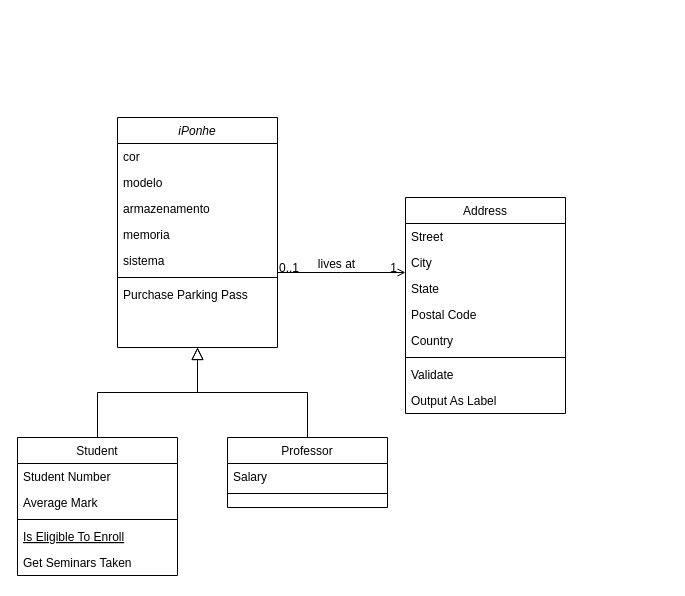
Earlier version of the draw.io diagram Diagrama sem nome.drawio (thiaguinhobyra/desafio-classe-iphone). Source tidied: cells renumbered, new cells numbered last; positions are measured from the earlier drawing's top-left corner, leaving out a move shared by most shapes. Both pictures are drawn from the tidied source at 100%, with x=0, y=0 at pixel (17, 117).
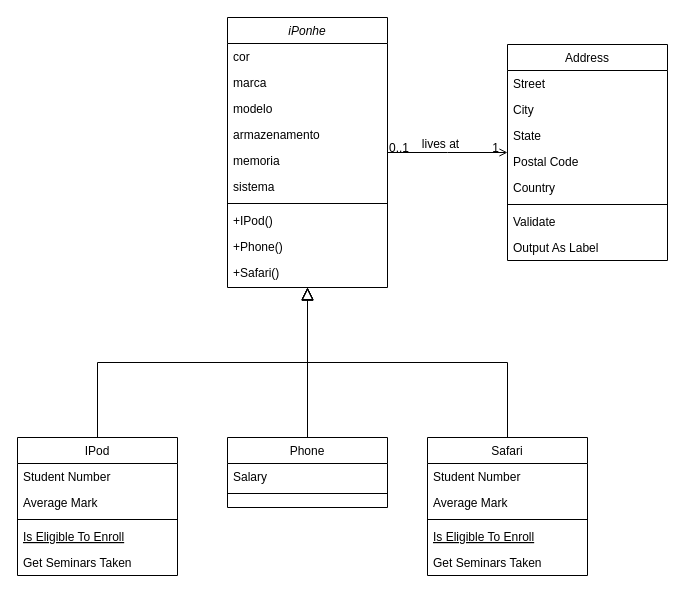
The same diagram, later.

The edit, as a diff of the source:
```diff
@@
     <mxCell id="2" value="iPonhe" style="swimlane;fontStyle=2;align=center;verticalAlign=top;horizontal=1;startSize=26;rounded=0;shadow=0;strokeWidth=1;" parent="1" vertex="1">
-      <mxGeometry x="100" width="160" height="230" as="geometry" />
+      <mxGeometry x="210" y="-100" width="160" height="270" as="geometry" />
     </mxCell>
@@
-    <mxCell id="4" value="modelo" style="text;align=left;verticalAlign=top;spacingLeft=4;spacingRight=4;overflow=hidden;rounded=0;shadow=0;html=0;" parent="2" vertex="1">
+    <mxCell id="4" value="marca" style="text;align=left;verticalAlign=top;spacingLeft=4;spacingRight=4;overflow=hidden;rounded=0;shadow=0;html=0;" parent="2" vertex="1">
       <mxGeometry y="52" width="160" height="26" as="geometry" />
     </mxCell>
+    <mxCell id="34" value="modelo" style="text;align=left;verticalAlign=top;spacingLeft=4;spacingRight=4;overflow=hidden;rounded=0;shadow=0;html=0;" parent="2" vertex="1">
+      <mxGeometry y="78" width="160" height="26" as="geometry" />
+    </mxCell>
     <mxCell id="5" value="armazenamento" style="text;align=left;verticalAlign=top;spacingLeft=4;spacingRight=4;overflow=hidden;rounded=0;shadow=0;html=0;" parent="2" vertex="1">
-      <mxGeometry y="78" width="160" height="26" as="geometry" />
+      <mxGeometry y="104" width="160" height="26" as="geometry" />
     </mxCell>
     <mxCell id="6" value="memoria" style="text;align=left;verticalAlign=top;spacingLeft=4;spacingRight=4;overflow=hidden;rounded=0;shadow=0;html=0;" parent="2" vertex="1">
-      <mxGeometry y="104" width="160" height="26" as="geometry" />
+      <mxGeometry y="130" width="160" height="26" as="geometry" />
     </mxCell>
     <mxCell id="7" value="sistema" style="text;align=left;verticalAlign=top;spacingLeft=4;spacingRight=4;overflow=hidden;rounded=0;shadow=0;html=0;" parent="2" vertex="1">
-      <mxGeometry y="130" width="160" height="26" as="geometry" />
+      <mxGeometry y="156" width="160" height="26" as="geometry" />
     </mxCell>
     <mxCell id="8" style="line;html=1;strokeWidth=1;align=left;verticalAlign=middle;spacingTop=-1;spacingLeft=3;spacingRight=3;labelPosition=right;" parent="2" vertex="1">
-      <mxGeometry y="156" width="160" height="8" as="geometry" />
+      <mxGeometry y="182" width="160" height="8" as="geometry" />
     </mxCell>
-    <mxCell id="9" value="Purchase Parking Pass" style="text;align=left;verticalAlign=top;spacingLeft=4;spacingRight=4;overflow=hidden;" parent="2" vertex="1">
-      <mxGeometry y="164" width="160" height="26" as="geometry" />
+    <mxCell id="9" value="+IPod()" style="text;align=left;verticalAlign=top;spacingLeft=4;spacingRight=4;overflow=hidden;" parent="2" vertex="1">
+      <mxGeometry y="190" width="160" height="26" as="geometry" />
     </mxCell>
+    <mxCell id="35" value="+Phone()" style="text;align=left;verticalAlign=top;spacingLeft=4;spacingRight=4;overflow=hidden;" parent="2" vertex="1">
+      <mxGeometry y="216" width="160" height="26" as="geometry" />
+    </mxCell>
+    <mxCell id="36" value="+Safari()" style="text;align=left;verticalAlign=top;spacingLeft=4;spacingRight=4;overflow=hidden;points=[[0,0.5],[1,0.5]];portConstraint=eastwest;" parent="2" vertex="1">
+      <mxGeometry y="242" width="160" height="26" as="geometry" />
+    </mxCell>
-    <mxCell id="10" value="Student" style="swimlane;fontStyle=0;align=center;verticalAlign=top;horizontal=1;startSize=26;rounded=0;shadow=0;strokeWidth=1;" parent="1" vertex="1">
+    <mxCell id="10" value="IPod" style="swimlane;fontStyle=0;align=center;verticalAlign=top;horizontal=1;startSize=26;rounded=0;shadow=0;strokeWidth=1;" parent="1" vertex="1">
       <mxGeometry y="320" width="160" height="138" as="geometry" />
     </mxCell>
@@
-    <mxCell id="17" value="Professor" style="swimlane;fontStyle=0;align=center;verticalAlign=top;horizontal=1;startSize=26;rounded=0;shadow=0;strokeWidth=1;" parent="1" vertex="1">
+    <mxCell id="17" value="Phone" style="swimlane;fontStyle=0;align=center;verticalAlign=top;horizontal=1;startSize=26;rounded=0;shadow=0;strokeWidth=1;" parent="1" vertex="1">
       <mxGeometry x="210" y="320" width="160" height="70" as="geometry" />
     </mxCell>
@@
     <mxCell id="21" value="Address" style="swimlane;fontStyle=0;align=center;verticalAlign=top;horizontal=1;startSize=26;rounded=0;shadow=0;strokeWidth=1;" parent="1" vertex="1">
-      <mxGeometry x="388" y="80" width="160" height="216" as="geometry" />
+      <mxGeometry x="490" y="-73" width="160" height="216" as="geometry" />
     </mxCell>
@@
+    <mxCell id="37" value="Safari" style="swimlane;fontStyle=0;align=center;verticalAlign=top;horizontal=1;startSize=26;rounded=0;shadow=0;strokeWidth=1;" parent="1" vertex="1">
+      <mxGeometry x="410" y="320" width="160" height="138" as="geometry" />
+    </mxCell>
+    <mxCell id="38" value="Student Number" style="text;align=left;verticalAlign=top;spacingLeft=4;spacingRight=4;overflow=hidden;" parent="37" vertex="1">
+      <mxGeometry y="26" width="160" height="26" as="geometry" />
+    </mxCell>
+    <mxCell id="39" value="Average Mark" style="text;align=left;verticalAlign=top;spacingLeft=4;spacingRight=4;overflow=hidden;rounded=0;shadow=0;html=0;" parent="37" vertex="1">
+      <mxGeometry y="52" width="160" height="26" as="geometry" />
+    </mxCell>
+    <mxCell id="40" style="line;html=1;strokeWidth=1;align=left;verticalAlign=middle;spacingTop=-1;spacingLeft=3;spacingRight=3;labelPosition=right;" parent="37" vertex="1">
+      <mxGeometry y="78" width="160" height="8" as="geometry" />
+    </mxCell>
+    <mxCell id="41" value="Is Eligible To Enroll" style="text;align=left;verticalAlign=top;spacingLeft=4;spacingRight=4;overflow=hidden;fontStyle=4;" parent="37" vertex="1">
+      <mxGeometry y="86" width="160" height="26" as="geometry" />
+    </mxCell>
+    <mxCell id="42" value="Get Seminars Taken" style="text;align=left;verticalAlign=top;spacingLeft=4;spacingRight=4;overflow=hidden;" parent="37" vertex="1">
+      <mxGeometry y="112" width="160" height="26" as="geometry" />
+    </mxCell>
+    <mxCell id="43" style="endArrow=block;endSize=10;endFill=0;shadow=0;strokeWidth=1;rounded=0;edgeStyle=elbowEdgeStyle;elbow=vertical;entryX=0.5;entryY=1.108;entryDx=0;entryDy=0;entryPerimeter=0;" parent="1" edge="1" target="36">
+      <mxGeometry relative="1" as="geometry">
+        <mxPoint x="290" y="320" as="sourcePoint" />
+      </mxGeometry>
+    </mxCell>
+    <mxCell id="44" style="endArrow=block;endSize=10;endFill=0;shadow=0;strokeWidth=1;rounded=0;edgeStyle=elbowEdgeStyle;elbow=vertical;exitX=0.5;exitY=0;exitDx=0;exitDy=0;" parent="1" edge="1" source="37">
+      <mxGeometry relative="1" as="geometry">
+        <mxPoint x="290" y="170" as="targetPoint" />
+      </mxGeometry>
+    </mxCell>
```
